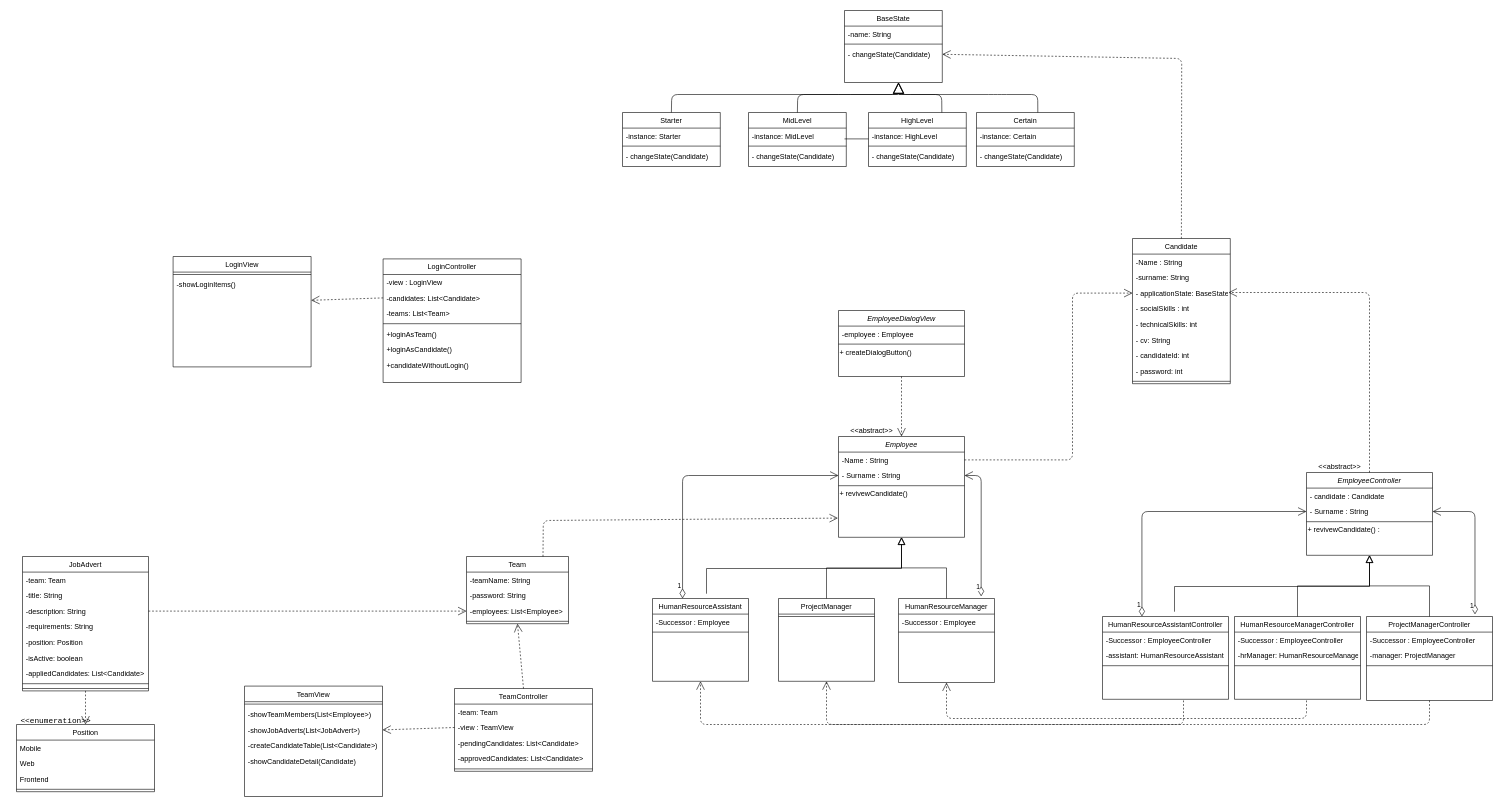
Before: CandidateEvaluationDiagram.drawio in alperenekin/CandidateEvaluationSystem, a draw.io diagram. Source tidied: cells renumbered, new cells numbered last; positions are measured from the earlier drawing's top-left corner, leaving out a move shared by most shapes. Both pictures are drawn from the tidied source at 60%, with x=0, y=0 at pixel (10, 10).
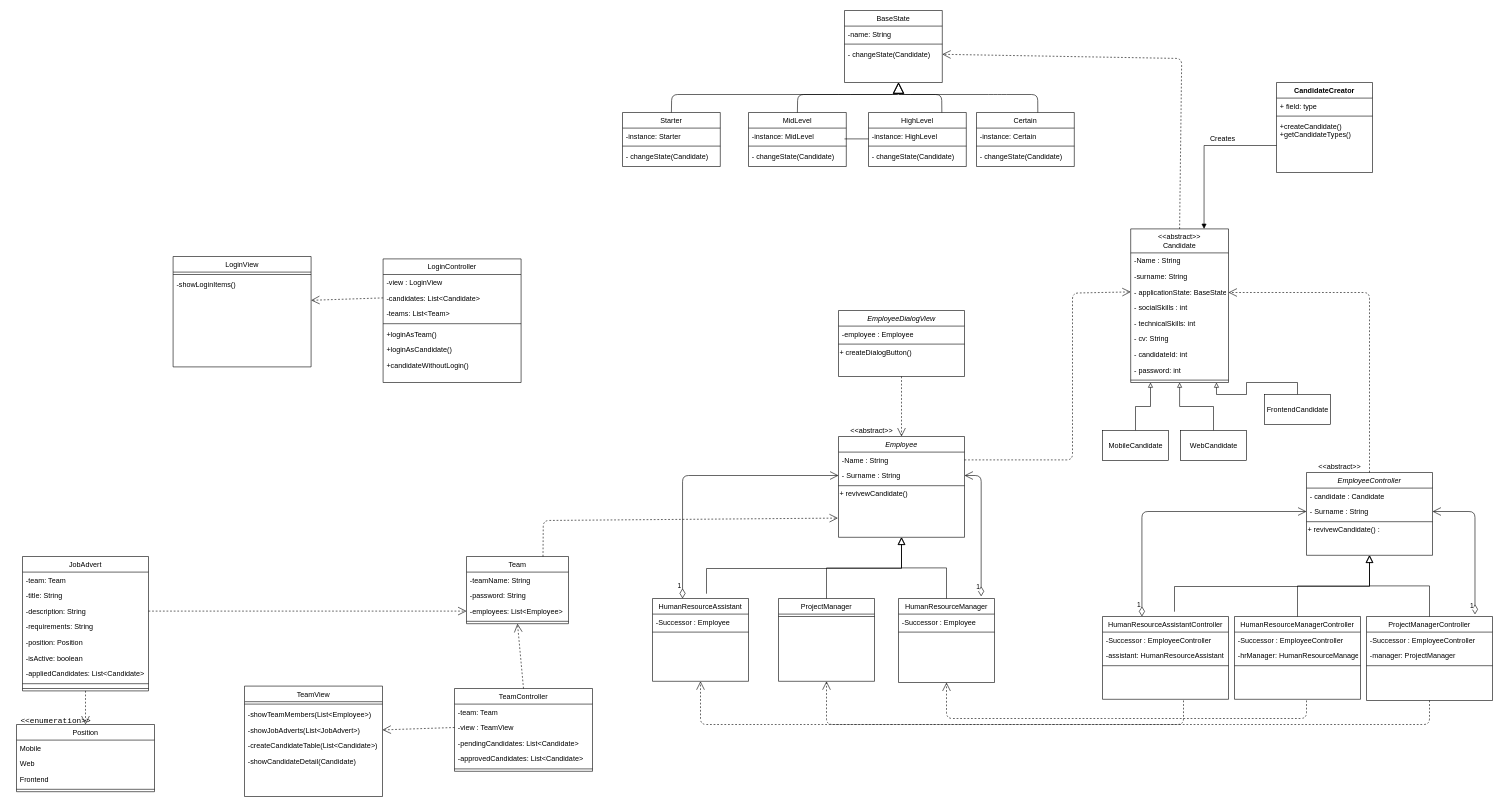
The same diagram, later.

Commit message:
candidate Creator added

The edit, as a diff of the source:
```diff
@@
-    <mxCell id="20" value="Candidate&#10;" style="swimlane;fontStyle=0;align=center;verticalAlign=top;horizontal=1;startSize=26;rounded=0;shadow=0;strokeWidth=1;" parent="1" vertex="1">
-      <mxGeometry x="1870" y="380" width="163" height="242" as="geometry" />
+    <mxCell id="20" value="&lt;&lt;abstract&gt;&gt;&#10;Candidate&#10;" style="swimlane;fontStyle=0;align=center;verticalAlign=top;horizontal=1;startSize=40;rounded=0;shadow=0;strokeWidth=1;" parent="1" vertex="1">
+      <mxGeometry x="1867" y="364" width="163" height="256" as="geometry" />
     </mxCell>
     <mxCell id="21" value="-Name : String" style="text;align=left;verticalAlign=top;spacingLeft=4;spacingRight=4;overflow=hidden;" parent="20" vertex="1">
-      <mxGeometry y="26" width="163" height="26" as="geometry" />
+      <mxGeometry y="40" width="163" height="26" as="geometry" />
     </mxCell>
     <mxCell id="22" value="-surname: String" style="text;align=left;verticalAlign=top;spacingLeft=4;spacingRight=4;overflow=hidden;" parent="20" vertex="1">
-      <mxGeometry y="52" width="163" height="26" as="geometry" />
+      <mxGeometry y="66" width="163" height="26" as="geometry" />
     </mxCell>
     <mxCell id="23" value="- applicationState: BaseState" style="text;align=left;verticalAlign=top;spacingLeft=4;spacingRight=4;overflow=hidden;points=[[0,0.5],[1,0.5]];portConstraint=eastwest;" parent="20" vertex="1">
-      <mxGeometry y="78" width="163" height="26" as="geometry" />
+      <mxGeometry y="92" width="163" height="26" as="geometry" />
     </mxCell>
     <mxCell id="24" value="- socialSkills : int" style="text;align=left;verticalAlign=top;spacingLeft=4;spacingRight=4;overflow=hidden;" parent="20" vertex="1">
-      <mxGeometry y="104" width="163" height="26" as="geometry" />
+      <mxGeometry y="118" width="163" height="26" as="geometry" />
     </mxCell>
     <mxCell id="25" value="- technicalSkills: int" style="text;align=left;verticalAlign=top;spacingLeft=4;spacingRight=4;overflow=hidden;" parent="20" vertex="1">
-      <mxGeometry y="130" width="163" height="26" as="geometry" />
+      <mxGeometry y="144" width="163" height="26" as="geometry" />
     </mxCell>
     <mxCell id="26" value="- cv: String" style="text;align=left;verticalAlign=top;spacingLeft=4;spacingRight=4;overflow=hidden;" parent="20" vertex="1">
-      <mxGeometry y="156" width="163" height="26" as="geometry" />
+      <mxGeometry y="170" width="163" height="26" as="geometry" />
     </mxCell>
     <mxCell id="27" value="- candidateId: int" style="text;align=left;verticalAlign=top;spacingLeft=4;spacingRight=4;overflow=hidden;" parent="20" vertex="1">
-      <mxGeometry y="182" width="163" height="26" as="geometry" />
+      <mxGeometry y="196" width="163" height="26" as="geometry" />
     </mxCell>
     <mxCell id="28" value="- password: int" style="text;align=left;verticalAlign=top;spacingLeft=4;spacingRight=4;overflow=hidden;" parent="20" vertex="1">
-      <mxGeometry y="208" width="163" height="26" as="geometry" />
+      <mxGeometry y="222" width="163" height="26" as="geometry" />
     </mxCell>
     <mxCell id="29" style="line;html=1;strokeWidth=1;align=left;verticalAlign=middle;spacingTop=-1;spacingLeft=3;spacingRight=3;labelPosition=right;points=[];portConstraint=eastwest;" parent="20" vertex="1">
-      <mxGeometry y="234" width="163" height="8" as="geometry" />
+      <mxGeometry y="248" width="163" height="8" as="geometry" />
     </mxCell>
@@
+    <mxCell id="140" style="edgeStyle=orthogonalEdgeStyle;rounded=0;jettySize=auto;html=1;endArrow=block;endFill=0;" parent="1" edge="1" source="141" target="20">
+      <mxGeometry relative="1" as="geometry">
+        <Array as="points">
+          <mxPoint x="1875" y="660" />
+          <mxPoint x="1900" y="660" />
+        </Array>
+      </mxGeometry>
+    </mxCell>
+    <mxCell id="141" value="MobileCandidate" style="html=1;" parent="1" vertex="1">
+      <mxGeometry x="1820" y="700" width="110" height="50" as="geometry" />
+    </mxCell>
+    <mxCell id="142" style="edgeStyle=orthogonalEdgeStyle;rounded=0;jettySize=auto;html=1;entryX=0.5;entryY=1;entryDx=0;entryDy=0;endArrow=block;endFill=0;" parent="1" edge="1" source="143" target="20">
+      <mxGeometry relative="1" as="geometry" />
+    </mxCell>
+    <mxCell id="143" value="WebCandidate" style="html=1;" parent="1" vertex="1">
+      <mxGeometry x="1950" y="700" width="110" height="50" as="geometry" />
+    </mxCell>
+    <mxCell id="144" style="edgeStyle=orthogonalEdgeStyle;rounded=0;jettySize=auto;html=1;entryX=0.877;entryY=1;entryDx=0;entryDy=0;entryPerimeter=0;endArrow=block;endFill=0;" parent="1" edge="1" source="145" target="29">
+      <mxGeometry relative="1" as="geometry" />
+    </mxCell>
+    <mxCell id="145" value="FrontendCandidate" style="html=1;" parent="1" vertex="1">
+      <mxGeometry x="2090" y="640" width="110" height="50" as="geometry" />
+    </mxCell>
+    <mxCell id="146" value="CandidateCreator" style="swimlane;fontStyle=1;align=center;verticalAlign=top;horizontal=1;startSize=26;" parent="1" vertex="1">
+      <mxGeometry x="2110" y="120" width="160" height="150" as="geometry" />
+    </mxCell>
+    <mxCell id="147" value="+ field: type" style="text;strokeColor=none;fillColor=none;align=left;verticalAlign=top;spacingLeft=4;spacingRight=4;overflow=hidden;" parent="146" vertex="1">
+      <mxGeometry y="26" width="160" height="26" as="geometry" />
+    </mxCell>
+    <mxCell id="148" style="line;strokeWidth=1;fillColor=none;align=left;verticalAlign=middle;spacingTop=-1;spacingLeft=3;spacingRight=3;labelPosition=right;" parent="146" vertex="1">
+      <mxGeometry y="52" width="160" height="8" as="geometry" />
+    </mxCell>
+    <mxCell id="149" value="+createCandidate()&#10;+getCandidateTypes() " style="text;strokeColor=none;fillColor=none;align=left;verticalAlign=top;spacingLeft=4;spacingRight=4;overflow=hidden;points=[[0,0.5],[1,0.5]];portConstraint=eastwest;" parent="146" vertex="1">
+      <mxGeometry y="60" width="160" height="90" as="geometry" />
+    </mxCell>
+    <mxCell id="150" style="edgeStyle=orthogonalEdgeStyle;rounded=0;jettySize=auto;html=1;entryX=0.75;entryY=0;entryDx=0;entryDy=0;endArrow=block;endFill=1;" parent="1" edge="1" source="149" target="20">
+      <mxGeometry relative="1" as="geometry" />
+    </mxCell>
+    <mxCell id="151" value="Creates" style="text;html=1;align=center;verticalAlign=middle;strokeColor=none;" parent="1" vertex="1">
+      <mxGeometry x="1990" y="204" width="60" height="20" as="geometry" />
+    </mxCell>
```
